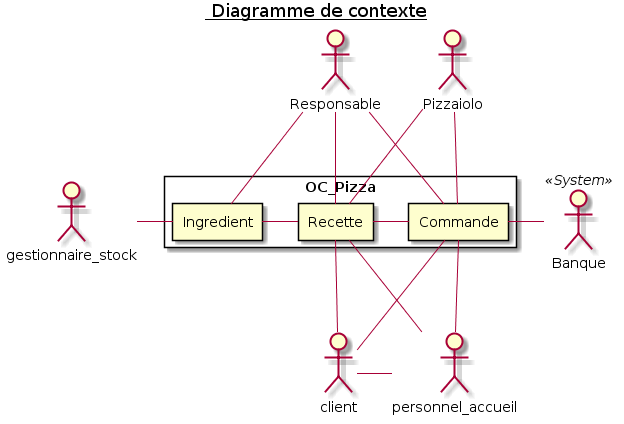
The PlantUML diagram doc/img/1_contextDiagram.png in Zepmanbc/oc_dapython_pr4, before a commit.
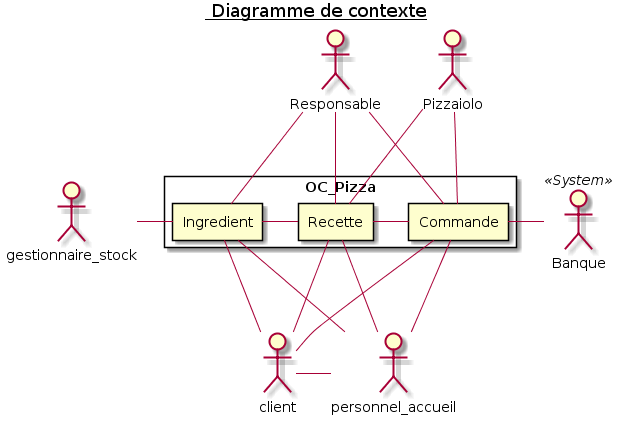
After the commit.

Change to the diagram source:
```diff
@@ -40,6 +40,8 @@
 RECIPE -- CUSTOMER
 RECIPE -- ACCUEIL
 CUSTOMER - ACCUEIL
+ITEM -- CUSTOMER
+ITEM -- ACCUEIL
 
 
 
```
